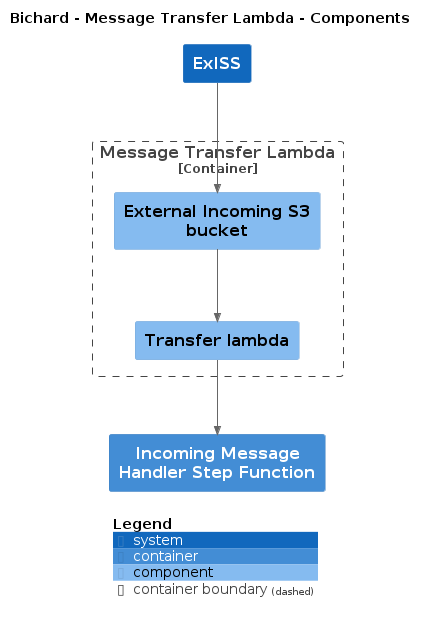
Earlier version of the PlantUML export main/png/Component-003.png (ministryofjustice/bichard7-next-core). Its diagram source:
```plantuml
@startuml
set separator none
title Bichard - Message Transfer Lambda - Components

top to bottom direction

!include <C4/C4>
!include <C4/C4_Context>
!include <C4/C4_Container>
!include <C4/C4_Component>

Container(Bichard.IncomingMessageHandlerStepFunction, "Incoming Message Handler Step Function", "", $tags="")
System(ExISS, "ExISS", "", $tags="")

Container_Boundary("Bichard.MessageTransferLambda_boundary", "Message Transfer Lambda", $tags="") {
  Component(Bichard.MessageTransferLambda.ExternalIncomingS3bucket, "External Incoming S3 bucket", "", $tags="")
  Component(Bichard.MessageTransferLambda.Transferlambda, "Transfer lambda", "", $tags="")
}

Rel_D(ExISS, Bichard.MessageTransferLambda.ExternalIncomingS3bucket, "", $tags="")
Rel_D(Bichard.MessageTransferLambda.ExternalIncomingS3bucket, Bichard.MessageTransferLambda.Transferlambda, "", $tags="")
Rel_D(Bichard.MessageTransferLambda.Transferlambda, Bichard.IncomingMessageHandlerStepFunction, "", $tags="")

SHOW_LEGEND(true)
@enduml
```
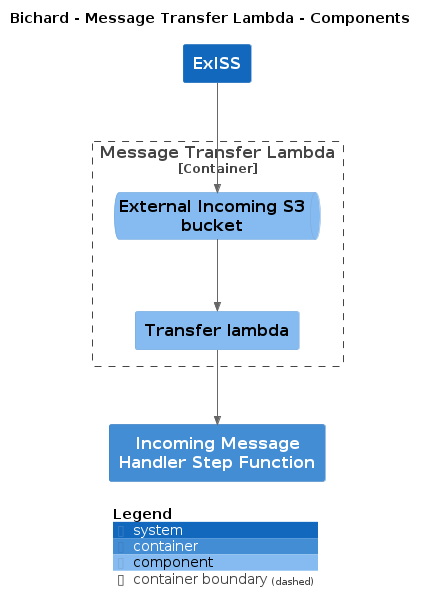
After the change.

Diff of the diagram source:
```diff
@@ -9,17 +9,17 @@
 !include <C4/C4_Container>
 !include <C4/C4_Component>
 
-Container(Bichard.IncomingMessageHandlerStepFunction, "Incoming Message Handler Step Function", "", $tags="")
-System(ExISS, "ExISS", "", $tags="")
+Container(Bichard.IncomingMessageHandlerStepFunction, "Incoming Message Handler Step Function", $techn="", $descr="", $tags="", $link="")
+System(ExISS, "ExISS", $descr="", $tags="", $link="")
 
 Container_Boundary("Bichard.MessageTransferLambda_boundary", "Message Transfer Lambda", $tags="") {
-  Component(Bichard.MessageTransferLambda.ExternalIncomingS3bucket, "External Incoming S3 bucket", "", $tags="")
-  Component(Bichard.MessageTransferLambda.Transferlambda, "Transfer lambda", "", $tags="")
+  ComponentQueue(Bichard.MessageTransferLambda.ExternalIncomingS3bucket, "External Incoming S3 bucket", $techn="", $descr="", $tags="", $link="")
+  Component(Bichard.MessageTransferLambda.Transferlambda, "Transfer lambda", $techn="", $descr="", $tags="", $link="")
 }
 
-Rel_D(ExISS, Bichard.MessageTransferLambda.ExternalIncomingS3bucket, "", $tags="")
-Rel_D(Bichard.MessageTransferLambda.ExternalIncomingS3bucket, Bichard.MessageTransferLambda.Transferlambda, "", $tags="")
-Rel_D(Bichard.MessageTransferLambda.Transferlambda, Bichard.IncomingMessageHandlerStepFunction, "", $tags="")
+Rel_D(ExISS, Bichard.MessageTransferLambda.ExternalIncomingS3bucket, "", $techn="", $tags="", $link="")
+Rel_D(Bichard.MessageTransferLambda.ExternalIncomingS3bucket, Bichard.MessageTransferLambda.Transferlambda, "", $techn="", $tags="", $link="")
+Rel_D(Bichard.MessageTransferLambda.Transferlambda, Bichard.IncomingMessageHandlerStepFunction, "", $techn="", $tags="", $link="")
 
 SHOW_LEGEND(true)
 @enduml
```
